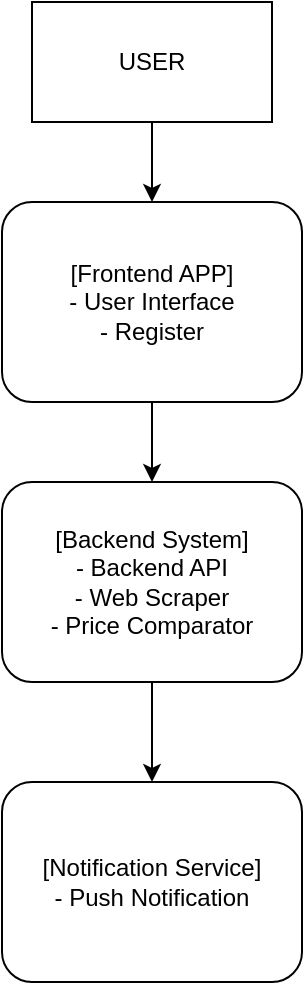
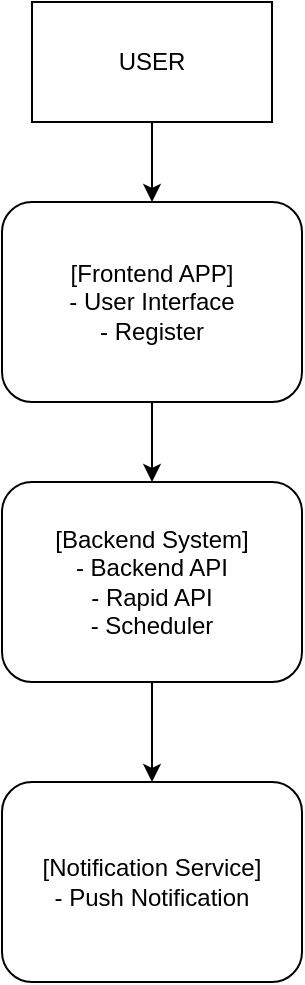
- <mxfile host="app.diagrams.net" agent="Mozilla/5.0 (Windows NT 10.0; Win64; x64) AppleWebKit/537.36 (KHTML, like Gecko) Chrome/142.0.0.0 Safari/537.36 Edg/142.0.0.0" version="28.2.9">
+ <mxfile host="app.diagrams.net" agent="Mozilla/5.0 (Windows NT 10.0; Win64; x64) AppleWebKit/537.36 (KHTML, like Gecko) Chrome/142.0.0.0 Safari/537.36 Edg/142.0.0.0">
  <diagram id="C5RBs43oDa-KdzZeNtuy" name="Page-1">
-     <mxGraphModel dx="899" dy="470" grid="1" gridSize="10" guides="1" tooltips="1" connect="1" arrows="1" fold="1" page="1" pageScale="1" pageWidth="827" pageHeight="1169" math="0" shadow="0">
+     <mxGraphModel dx="818" dy="424" grid="1" gridSize="10" guides="1" tooltips="1" connect="1" arrows="1" fold="1" page="1" pageScale="1" pageWidth="827" pageHeight="1169" math="0" shadow="0">
      <root>
        <mxCell id="WIyWlLk6GJQsqaUBKTNV-0" />
        <mxCell id="WIyWlLk6GJQsqaUBKTNV-1" parent="WIyWlLk6GJQsqaUBKTNV-0" />
-         <mxCell id="Q-QMhSCWjESYMXsCgl4d-18" value="" style="edgeStyle=orthogonalEdgeStyle;rounded=0;orthogonalLoop=1;jettySize=auto;html=1;" edge="1" parent="WIyWlLk6GJQsqaUBKTNV-1" source="Q-QMhSCWjESYMXsCgl4d-0" target="Q-QMhSCWjESYMXsCgl4d-16">
+         <mxCell id="Q-QMhSCWjESYMXsCgl4d-18" edge="1" parent="WIyWlLk6GJQsqaUBKTNV-1" source="Q-QMhSCWjESYMXsCgl4d-0" style="edgeStyle=orthogonalEdgeStyle;rounded=0;orthogonalLoop=1;jettySize=auto;html=1;" target="Q-QMhSCWjESYMXsCgl4d-16" value="">
          <mxGeometry relative="1" as="geometry" />
        </mxCell>
-         <mxCell id="Q-QMhSCWjESYMXsCgl4d-0" value="&lt;div&gt;[Frontend APP]&lt;/div&gt;&lt;div&gt;&lt;span style=&quot;background-color: transparent; color: light-dark(rgb(0, 0, 0), rgb(255, 255, 255));&quot;&gt;-&amp;nbsp;&lt;/span&gt;&lt;span style=&quot;background-color: transparent;&quot;&gt;User Interface&lt;/span&gt;&lt;/div&gt;&lt;div&gt;- Register&lt;/div&gt;" style="rounded=1;whiteSpace=wrap;html=1;fontSize=12;glass=0;strokeWidth=1;shadow=0;" vertex="1" parent="WIyWlLk6GJQsqaUBKTNV-1">
-           <mxGeometry x="145" y="150" width="150" height="100" as="geometry" />
+         <mxCell id="Q-QMhSCWjESYMXsCgl4d-0" parent="WIyWlLk6GJQsqaUBKTNV-1" style="rounded=1;whiteSpace=wrap;html=1;fontSize=12;glass=0;strokeWidth=1;shadow=0;" value="&lt;div&gt;[Frontend APP]&lt;/div&gt;&lt;div&gt;&lt;span style=&quot;background-color: transparent; color: light-dark(rgb(0, 0, 0), rgb(255, 255, 255));&quot;&gt;-&amp;nbsp;&lt;/span&gt;&lt;span style=&quot;background-color: transparent;&quot;&gt;User Interface&lt;/span&gt;&lt;/div&gt;&lt;div&gt;- Register&lt;/div&gt;" vertex="1">
+           <mxGeometry height="100" width="150" x="145" y="150" as="geometry" />
        </mxCell>
-         <mxCell id="Q-QMhSCWjESYMXsCgl4d-8" style="edgeStyle=orthogonalEdgeStyle;rounded=0;orthogonalLoop=1;jettySize=auto;html=1;exitX=0.5;exitY=1;exitDx=0;exitDy=0;entryX=0.5;entryY=0;entryDx=0;entryDy=0;" edge="1" parent="WIyWlLk6GJQsqaUBKTNV-1" source="Q-QMhSCWjESYMXsCgl4d-1" target="Q-QMhSCWjESYMXsCgl4d-0">
+         <mxCell id="Q-QMhSCWjESYMXsCgl4d-8" edge="1" parent="WIyWlLk6GJQsqaUBKTNV-1" source="Q-QMhSCWjESYMXsCgl4d-1" style="edgeStyle=orthogonalEdgeStyle;rounded=0;orthogonalLoop=1;jettySize=auto;html=1;exitX=0.5;exitY=1;exitDx=0;exitDy=0;entryX=0.5;entryY=0;entryDx=0;entryDy=0;" target="Q-QMhSCWjESYMXsCgl4d-0">
          <mxGeometry relative="1" as="geometry" />
        </mxCell>
-         <mxCell id="Q-QMhSCWjESYMXsCgl4d-1" value="USER" style="rounded=0;whiteSpace=wrap;html=1;" vertex="1" parent="WIyWlLk6GJQsqaUBKTNV-1">
-           <mxGeometry x="160" y="50" width="120" height="60" as="geometry" />
+         <mxCell id="Q-QMhSCWjESYMXsCgl4d-1" parent="WIyWlLk6GJQsqaUBKTNV-1" style="rounded=0;whiteSpace=wrap;html=1;" value="USER" vertex="1">
+           <mxGeometry height="60" width="120" x="160" y="50" as="geometry" />
        </mxCell>
-         <mxCell id="Q-QMhSCWjESYMXsCgl4d-19" style="edgeStyle=orthogonalEdgeStyle;rounded=0;orthogonalLoop=1;jettySize=auto;html=1;exitX=0.5;exitY=1;exitDx=0;exitDy=0;entryX=0.5;entryY=0;entryDx=0;entryDy=0;" edge="1" parent="WIyWlLk6GJQsqaUBKTNV-1" source="Q-QMhSCWjESYMXsCgl4d-16" target="Q-QMhSCWjESYMXsCgl4d-17">
+         <mxCell id="Q-QMhSCWjESYMXsCgl4d-19" edge="1" parent="WIyWlLk6GJQsqaUBKTNV-1" source="Q-QMhSCWjESYMXsCgl4d-16" style="edgeStyle=orthogonalEdgeStyle;rounded=0;orthogonalLoop=1;jettySize=auto;html=1;exitX=0.5;exitY=1;exitDx=0;exitDy=0;entryX=0.5;entryY=0;entryDx=0;entryDy=0;" target="Q-QMhSCWjESYMXsCgl4d-17">
          <mxGeometry relative="1" as="geometry" />
        </mxCell>
-         <mxCell id="Q-QMhSCWjESYMXsCgl4d-16" value="&lt;div&gt;[Backend System]&lt;/div&gt;&lt;div&gt;&lt;span style=&quot;background-color: transparent; color: light-dark(rgb(0, 0, 0), rgb(255, 255, 255));&quot;&gt;- Backend API&lt;/span&gt;&lt;/div&gt;&lt;div&gt;&lt;span style=&quot;background-color: transparent; color: light-dark(rgb(0, 0, 0), rgb(255, 255, 255));&quot;&gt;- Web Scraper&lt;/span&gt;&lt;/div&gt;&lt;div&gt;&lt;span style=&quot;background-color: transparent; color: light-dark(rgb(0, 0, 0), rgb(255, 255, 255));&quot;&gt;- Price Comparator&lt;/span&gt;&lt;/div&gt;" style="rounded=1;whiteSpace=wrap;html=1;fontSize=12;glass=0;strokeWidth=1;shadow=0;align=center;" vertex="1" parent="WIyWlLk6GJQsqaUBKTNV-1">
-           <mxGeometry x="145" y="290" width="150" height="100" as="geometry" />
+         <mxCell id="Q-QMhSCWjESYMXsCgl4d-16" parent="WIyWlLk6GJQsqaUBKTNV-1" style="rounded=1;whiteSpace=wrap;html=1;fontSize=12;glass=0;strokeWidth=1;shadow=0;align=center;" value="&lt;div&gt;[Backend System]&lt;/div&gt;&lt;div&gt;&lt;span style=&quot;background-color: transparent; color: light-dark(rgb(0, 0, 0), rgb(255, 255, 255));&quot;&gt;- Backend API&lt;/span&gt;&lt;/div&gt;&lt;div&gt;&lt;span style=&quot;background-color: transparent; color: light-dark(rgb(0, 0, 0), rgb(255, 255, 255));&quot;&gt;- Rapid API&lt;/span&gt;&lt;/div&gt;&lt;div&gt;&lt;span style=&quot;background-color: transparent; color: light-dark(rgb(0, 0, 0), rgb(255, 255, 255));&quot;&gt;- Scheduler&lt;/span&gt;&lt;/div&gt;" vertex="1">
+           <mxGeometry height="100" width="150" x="145" y="290" as="geometry" />
        </mxCell>
-         <mxCell id="Q-QMhSCWjESYMXsCgl4d-17" value="&lt;div&gt;[Notification Service]&lt;/div&gt;&lt;div&gt;&lt;span style=&quot;background-color: transparent; color: light-dark(rgb(0, 0, 0), rgb(255, 255, 255));&quot;&gt;- Push Notification&lt;/span&gt;&lt;/div&gt;" style="rounded=1;whiteSpace=wrap;html=1;fontSize=12;glass=0;strokeWidth=1;shadow=0;" vertex="1" parent="WIyWlLk6GJQsqaUBKTNV-1">
-           <mxGeometry x="145" y="440" width="150" height="100" as="geometry" />
+         <mxCell id="Q-QMhSCWjESYMXsCgl4d-17" parent="WIyWlLk6GJQsqaUBKTNV-1" style="rounded=1;whiteSpace=wrap;html=1;fontSize=12;glass=0;strokeWidth=1;shadow=0;" value="&lt;div&gt;[Notification Service]&lt;/div&gt;&lt;div&gt;&lt;span style=&quot;background-color: transparent; color: light-dark(rgb(0, 0, 0), rgb(255, 255, 255));&quot;&gt;- Push Notification&lt;/span&gt;&lt;/div&gt;" vertex="1">
+           <mxGeometry height="100" width="150" x="145" y="440" as="geometry" />
        </mxCell>
      </root>
    </mxGraphModel>
  </diagram>
</mxfile>
